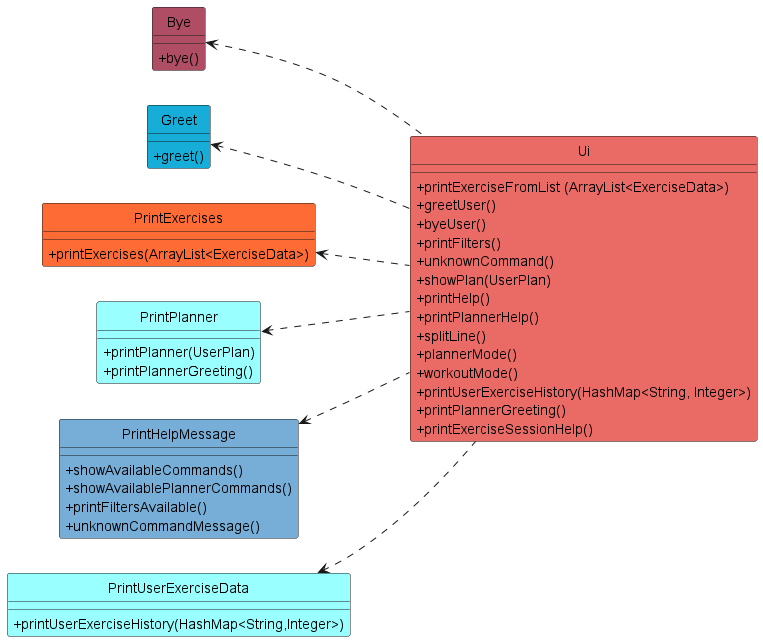
Above: docs/UML/Images/Ui.png in nus-cs2113-AY2223S2/tp (PlantUML), before the change. Source of this version:
```plantuml
@startuml
skinparam classAttributeIconSize 0
hide circle
!include style.puml

Class Bye MAROON {
+ bye()
}

Class Greet SEA {
+ greet()
}

Class PrintExercises ORANGE {
+ printExercises(ArrayList<ExerciseData>)
}

Class PrintPlanner DATA_COLOUR {
+ printPlanner(UserPlan)
+ printPlannerGreeting()
}

Class PrintHelpMessage LAPIS {
+ showAvailableCommands()
+ showAvailablePlannerCommands()
+ printFiltersAvailable()
+ unknownCommandMessage()
}

Class PrintUserExerciseData DATA_COLOUR {
+ printUserExerciseHistory(HashMap<String,Integer>)
}

Class Ui MAIN_COLOUR {
+ printExerciseFromList (ArrayList<ExerciseData>)
+ greetUser()
+ byeUser()
+ printFilters()
+ unknownCommand()
+ showPlan(UserPlan)
+ printHelp()
+ printPlannerHelp()
+ splitLine()
+ plannerMode()
+ workoutMode()
+ printUserExerciseHistory(HashMap<String, Integer>)
+ printPlannerGreeting()
+ printExerciseSessionHelp()
}

left to right direction
Bye <.. Ui
Greet <.. Ui
PrintExercises <.. Ui
PrintPlanner <.. Ui
PrintHelpMessage <.. Ui
PrintUserExerciseData <.. Ui

@enduml
```
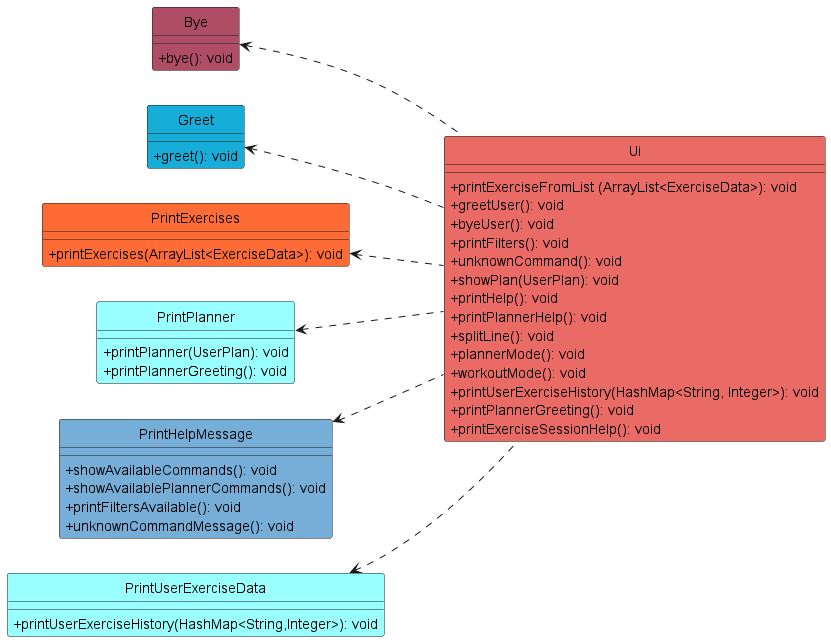
After the commit.

Commit message:
corrected Ui class diagram

What changed in the source:
```diff
@@ -4,48 +4,48 @@
 !include style.puml
 
 Class Bye MAROON {
-+ bye()
++ bye(): void
 }
 
 Class Greet SEA {
-+ greet()
++ greet(): void
 }
 
 Class PrintExercises ORANGE {
-+ printExercises(ArrayList<ExerciseData>)
++ printExercises(ArrayList<ExerciseData>): void
 }
 
 Class PrintPlanner DATA_COLOUR {
-+ printPlanner(UserPlan)
-+ printPlannerGreeting()
++ printPlanner(UserPlan): void
++ printPlannerGreeting(): void
 }
 
 Class PrintHelpMessage LAPIS {
-+ showAvailableCommands()
-+ showAvailablePlannerCommands()
-+ printFiltersAvailable()
-+ unknownCommandMessage()
++ showAvailableCommands(): void
++ showAvailablePlannerCommands(): void
++ printFiltersAvailable(): void
++ unknownCommandMessage(): void
 }
 
 Class PrintUserExerciseData DATA_COLOUR {
-+ printUserExerciseHistory(HashMap<String,Integer>)
++ printUserExerciseHistory(HashMap<String,Integer>): void
 }
 
 Class Ui MAIN_COLOUR {
-+ printExerciseFromList (ArrayList<ExerciseData>)
-+ greetUser()
-+ byeUser()
-+ printFilters()
-+ unknownCommand()
-+ showPlan(UserPlan)
-+ printHelp()
-+ printPlannerHelp()
-+ splitLine()
-+ plannerMode()
-+ workoutMode()
-+ printUserExerciseHistory(HashMap<String, Integer>)
-+ printPlannerGreeting()
-+ printExerciseSessionHelp()
++ printExerciseFromList (ArrayList<ExerciseData>): void
++ greetUser(): void
++ byeUser(): void
++ printFilters(): void
++ unknownCommand(): void
++ showPlan(UserPlan): void
++ printHelp(): void
++ printPlannerHelp(): void
++ splitLine(): void
++ plannerMode(): void
++ workoutMode(): void
++ printUserExerciseHistory(HashMap<String, Integer>): void
++ printPlannerGreeting(): void
++ printExerciseSessionHelp(): void
 }
 
 left to right direction
```
